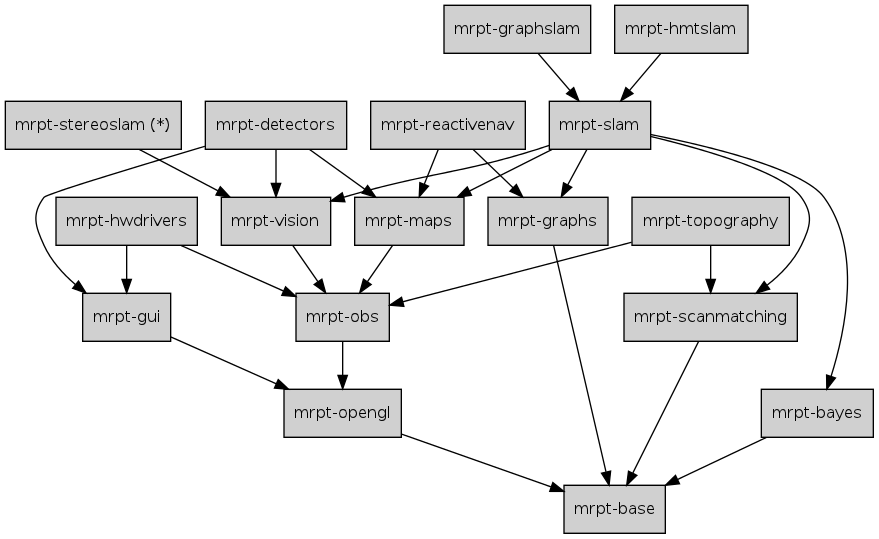
Earlier version of the Graphviz export doc/design_of_images/graph_mrpt_libs.png (MRPT/mrpt). Its source is kept beside it as doc/design_of_images/graph_mrpt_libs.dot.
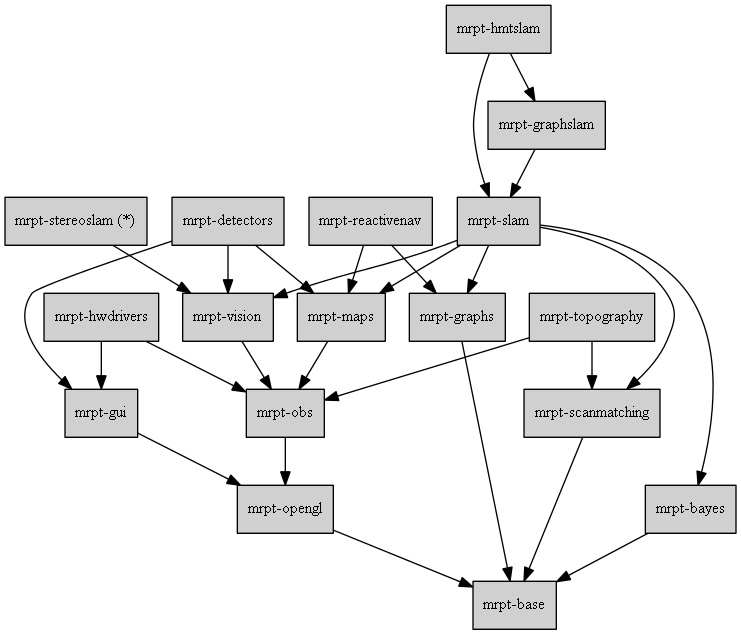
The same file after the commit.

Commit message:
Fixed hmt-slam build errors which still depended on the ancient Lu-Milios algorithm implementation. It's now based on graph-slam.

What changed in the source:
```diff
@@ -57,6 +57,7 @@
 	detectors -> gui;
 
 	hmtslam -> slam;
+	hmtslam -> graphslam;
 
 
 	stereoslam -> vision;
```
